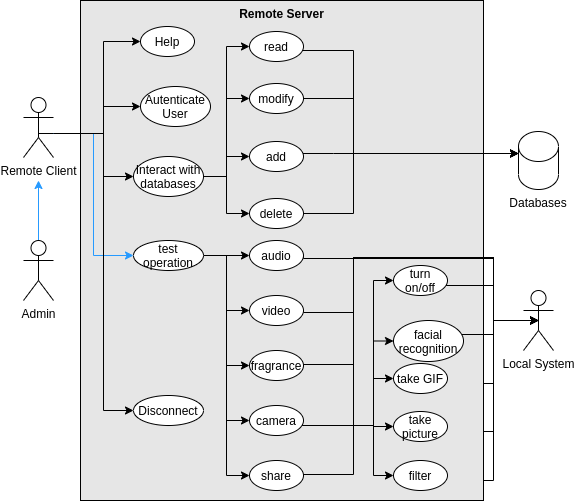
ElectroQuanta/MDO keeps this draw.io diagram as Proj/report/img/use-cases-rs.png. Above is the earlier version. Source tidied: cells renumbered, new cells last; positions are measured from the earlier drawing's top-left corner, leaving out a move shared by most shapes.
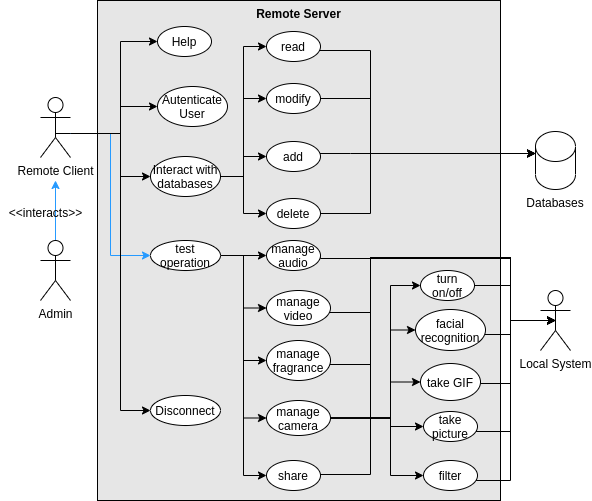
After the change.

Change to the diagram source:
```diff
@@ -2,33 +2,33 @@
   <root>
     <mxCell id="0" />
     <mxCell id="1" parent="0" />
-    <mxCell id="2" style="edgeStyle=orthogonalEdgeStyle;rounded=0;jettySize=auto;html=1;fontSize=12;strokeColor=#000000;entryX=0.5;entryY=0.5;entryDx=0;entryDy=0;entryPerimeter=0;" parent="1" edge="1" source="56" target="50">
-      <mxGeometry relative="1" as="geometry">
-        <Array as="points">
-          <mxPoint x="470" y="480" />
-          <mxPoint x="470" y="320" />
-        </Array>
-      </mxGeometry>
+    <mxCell id="2" value="&lt;b&gt;Remote Server&lt;/b&gt;" style="rounded=0;whiteSpace=wrap;html=1;fillColor=#E6E6E6;verticalAlign=top;labelBackgroundColor=none;labelBorderColor=none;" parent="1" vertex="1">
+      <mxGeometry x="57" width="403" height="500" as="geometry" />
     </mxCell>
-    <mxCell id="3" style="edgeStyle=orthogonalEdgeStyle;rounded=0;jettySize=auto;html=1;fontSize=12;strokeColor=#000000;entryX=0.5;entryY=0.5;entryDx=0;entryDy=0;entryPerimeter=0;" parent="1" edge="1" source="57" target="50">
+    <mxCell id="3" style="edgeStyle=orthogonalEdgeStyle;rounded=0;jettySize=auto;html=1;fontSize=12;strokeColor=#000000;entryX=0.5;entryY=0.5;entryDx=0;entryDy=0;entryPerimeter=0;" parent="1" edge="1" source="57" target="51">
       <mxGeometry relative="1" as="geometry">
         <Array as="points">
-          <mxPoint x="470" y="431" />
+          <mxPoint x="470" y="480" />
           <mxPoint x="470" y="320" />
         </Array>
       </mxGeometry>
     </mxCell>
-    <mxCell id="4" style="edgeStyle=orthogonalEdgeStyle;rounded=0;jettySize=auto;html=1;fontSize=12;strokeColor=#000000;entryX=0.5;entryY=0.5;entryDx=0;entryDy=0;entryPerimeter=0;" parent="1" edge="1" source="58" target="50">
+    <mxCell id="4" style="edgeStyle=orthogonalEdgeStyle;rounded=0;jettySize=auto;html=1;fontSize=12;strokeColor=#000000;entryX=0.5;entryY=0.5;entryDx=0;entryDy=0;entryPerimeter=0;" parent="1" edge="1" source="58" target="51">
       <mxGeometry relative="1" as="geometry">
         <Array as="points">
-          <mxPoint x="470" y="383" />
+          <mxPoint x="470" y="431" />
           <mxPoint x="470" y="320" />
-          <mxPoint x="515" y="320" />
         </Array>
       </mxGeometry>
     </mxCell>
-    <mxCell id="5" value="&lt;b&gt;Remote Server&lt;/b&gt;" style="rounded=0;whiteSpace=wrap;html=1;fillColor=#E6E6E6;verticalAlign=top;labelBackgroundColor=none;labelBorderColor=none;" parent="1" vertex="1">
-      <mxGeometry x="57" width="403" height="500" as="geometry" />
+    <mxCell id="5" style="edgeStyle=orthogonalEdgeStyle;rounded=0;jettySize=auto;html=1;fontSize=12;strokeColor=#000000;entryX=0.5;entryY=0.5;entryDx=0;entryDy=0;entryPerimeter=0;" parent="1" edge="1" source="59" target="51">
+      <mxGeometry relative="1" as="geometry">
+        <Array as="points">
+          <mxPoint x="470" y="383" />
+          <mxPoint x="470" y="320" />
+          <mxPoint x="515" y="320" />
+        </Array>
+      </mxGeometry>
     </mxCell>
     <mxCell id="6" style="edgeStyle=orthogonalEdgeStyle;rounded=0;jettySize=auto;html=1;entryX=0;entryY=0;entryDx=0;entryDy=22;entryPerimeter=0;fontSize=12;" parent="1" edge="1" source="7" target="34">
       <mxGeometry relative="1" as="geometry">
@@ -56,7 +56,7 @@
     <mxCell id="12" style="edgeStyle=orthogonalEdgeStyle;rounded=0;jettySize=auto;html=1;entryX=0;entryY=0.5;entryDx=0;entryDy=0;fontSize=12;" parent="1" edge="1" source="14" target="40">
       <mxGeometry relative="1" as="geometry" />
     </mxCell>
-    <mxCell id="13" style="edgeStyle=orthogonalEdgeStyle;rounded=0;jettySize=auto;html=1;entryX=0;entryY=0.5;entryDx=0;entryDy=0;fontSize=12;strokeColor=#000000;" parent="1" edge="1" source="14" target="49">
+    <mxCell id="13" style="edgeStyle=orthogonalEdgeStyle;rounded=0;jettySize=auto;html=1;entryX=0;entryY=0.5;entryDx=0;entryDy=0;fontSize=12;strokeColor=#000000;" parent="1" edge="1" source="14" target="50">
       <mxGeometry relative="1" as="geometry" />
     </mxCell>
     <mxCell id="14" value="test operation" style="ellipse;whiteSpace=wrap;html=1;fillColor=default;verticalAlign=middle;" parent="1" vertex="1">
@@ -163,51 +163,50 @@
     <mxCell id="34" value="&lt;br&gt;&lt;br&gt;Databases" style="shape=cylinder3;whiteSpace=wrap;html=1;boundedLbl=1;backgroundOutline=1;size=15;fontSize=12;verticalAlign=top;" parent="1" vertex="1">
       <mxGeometry x="495" y="131" width="40" height="58" as="geometry" />
     </mxCell>
-    <mxCell id="35" style="edgeStyle=orthogonalEdgeStyle;rounded=0;jettySize=auto;html=1;entryX=0;entryY=0.5;entryDx=0;entryDy=0;fontSize=12;strokeColor=#000000;" parent="1" edge="1" source="40" target="53">
+    <mxCell id="35" style="edgeStyle=orthogonalEdgeStyle;rounded=0;jettySize=auto;html=1;entryX=0;entryY=0.5;entryDx=0;entryDy=0;fontSize=12;strokeColor=#000000;" parent="1" edge="1" source="40" target="54">
       <mxGeometry relative="1" as="geometry">
         <Array as="points">
-          <mxPoint x="350" y="425" />
-          <mxPoint x="350" y="280" />
+          <mxPoint x="350" y="418" />
+          <mxPoint x="350" y="285" />
         </Array>
       </mxGeometry>
     </mxCell>
-    <mxCell id="36" style="edgeStyle=orthogonalEdgeStyle;rounded=0;jettySize=auto;html=1;entryX=0;entryY=0.5;entryDx=0;entryDy=0;fontSize=12;strokeColor=#000000;" parent="1" edge="1" source="40" target="55">
+    <mxCell id="36" style="edgeStyle=orthogonalEdgeStyle;rounded=0;jettySize=auto;html=1;entryX=0;entryY=0.5;entryDx=0;entryDy=0;fontSize=12;strokeColor=#000000;" parent="1" edge="1" source="40" target="56">
       <mxGeometry relative="1" as="geometry">
         <Array as="points">
-          <mxPoint x="350" y="425" />
-          <mxPoint x="350" y="341" />
-          <mxPoint x="370" y="341" />
+          <mxPoint x="350" y="418" />
+          <mxPoint x="350" y="330" />
         </Array>
       </mxGeometry>
     </mxCell>
-    <mxCell id="37" style="edgeStyle=orthogonalEdgeStyle;rounded=0;jettySize=auto;html=1;entryX=0;entryY=0.5;entryDx=0;entryDy=0;fontSize=12;strokeColor=#000000;" parent="1" edge="1" source="40" target="58">
+    <mxCell id="37" style="edgeStyle=orthogonalEdgeStyle;rounded=0;jettySize=auto;html=1;entryX=0;entryY=0.5;entryDx=0;entryDy=0;fontSize=12;strokeColor=#000000;" parent="1" edge="1" source="40" target="59">
       <mxGeometry relative="1" as="geometry">
         <Array as="points">
-          <mxPoint x="350" y="425" />
-          <mxPoint x="350" y="378" />
+          <mxPoint x="350" y="418" />
+          <mxPoint x="350" y="382" />
         </Array>
       </mxGeometry>
     </mxCell>
-    <mxCell id="38" style="edgeStyle=orthogonalEdgeStyle;rounded=0;jettySize=auto;html=1;entryX=0;entryY=0.5;entryDx=0;entryDy=0;fontSize=12;strokeColor=#000000;" parent="1" edge="1" source="40" target="57">
+    <mxCell id="38" style="edgeStyle=orthogonalEdgeStyle;rounded=0;jettySize=auto;html=1;entryX=0;entryY=0.5;entryDx=0;entryDy=0;fontSize=12;strokeColor=#000000;" parent="1" edge="1" source="40" target="58">
       <mxGeometry relative="1" as="geometry">
         <Array as="points">
-          <mxPoint x="350" y="425" />
-          <mxPoint x="370" y="426" />
+          <mxPoint x="350" y="418" />
+          <mxPoint x="350" y="426" />
         </Array>
       </mxGeometry>
     </mxCell>
-    <mxCell id="39" style="edgeStyle=orthogonalEdgeStyle;rounded=0;jettySize=auto;html=1;entryX=0;entryY=0.5;entryDx=0;entryDy=0;fontSize=12;strokeColor=#000000;" parent="1" edge="1" source="40" target="56">
+    <mxCell id="39" style="edgeStyle=orthogonalEdgeStyle;rounded=0;jettySize=auto;html=1;entryX=0;entryY=0.5;entryDx=0;entryDy=0;fontSize=12;strokeColor=#000000;" parent="1" edge="1" source="40" target="57">
       <mxGeometry relative="1" as="geometry">
         <Array as="points">
-          <mxPoint x="350" y="425" />
+          <mxPoint x="350" y="418" />
           <mxPoint x="350" y="475" />
         </Array>
       </mxGeometry>
     </mxCell>
-    <mxCell id="40" value="camera" style="ellipse;whiteSpace=wrap;html=1;fillColor=default;verticalAlign=middle;" parent="1" vertex="1">
-      <mxGeometry x="226" y="405" width="54" height="30" as="geometry" />
+    <mxCell id="40" value="manage camera" style="ellipse;whiteSpace=wrap;html=1;fillColor=default;verticalAlign=middle;" parent="1" vertex="1">
+      <mxGeometry x="226" y="400" width="64" height="35" as="geometry" />
     </mxCell>
-    <mxCell id="41" style="edgeStyle=orthogonalEdgeStyle;rounded=0;jettySize=auto;html=1;fontSize=12;exitX=1;exitY=0.5;exitDx=0;exitDy=0;entryX=0.5;entryY=0.5;entryDx=0;entryDy=0;entryPerimeter=0;" parent="1" edge="1" source="42" target="50">
+    <mxCell id="41" style="edgeStyle=orthogonalEdgeStyle;rounded=0;jettySize=auto;html=1;fontSize=12;exitX=1;exitY=0.5;exitDx=0;exitDy=0;entryX=0.5;entryY=0.5;entryDx=0;entryDy=0;entryPerimeter=0;" parent="1" edge="1" source="42" target="51">
       <mxGeometry relative="1" as="geometry">
         <Array as="points">
           <mxPoint x="280" y="364" />
@@ -218,10 +217,10 @@
         </Array>
       </mxGeometry>
     </mxCell>
-    <mxCell id="42" value="fragrance" style="ellipse;whiteSpace=wrap;html=1;fillColor=default;verticalAlign=middle;" parent="1" vertex="1">
-      <mxGeometry x="226" y="350" width="54" height="30" as="geometry" />
+    <mxCell id="42" value="manage fragrance" style="ellipse;whiteSpace=wrap;html=1;fillColor=default;verticalAlign=middle;" parent="1" vertex="1">
+      <mxGeometry x="226" y="340" width="64" height="40" as="geometry" />
     </mxCell>
-    <mxCell id="43" style="edgeStyle=orthogonalEdgeStyle;rounded=0;jettySize=auto;html=1;fontSize=12;exitX=1;exitY=0.5;exitDx=0;exitDy=0;entryX=0.5;entryY=0.5;entryDx=0;entryDy=0;entryPerimeter=0;" parent="1" edge="1" source="44" target="50">
+    <mxCell id="43" style="edgeStyle=orthogonalEdgeStyle;rounded=0;jettySize=auto;html=1;fontSize=12;exitX=1;exitY=0.5;exitDx=0;exitDy=0;entryX=0.5;entryY=0.5;entryDx=0;entryDy=0;entryPerimeter=0;" parent="1" edge="1" source="44" target="51">
       <mxGeometry relative="1" as="geometry">
         <Array as="points">
           <mxPoint x="280" y="258" />
@@ -230,10 +229,10 @@
         </Array>
       </mxGeometry>
     </mxCell>
-    <mxCell id="44" value="audio" style="ellipse;whiteSpace=wrap;html=1;fillColor=default;verticalAlign=middle;" parent="1" vertex="1">
+    <mxCell id="44" value="manage audio" style="ellipse;whiteSpace=wrap;html=1;fillColor=default;verticalAlign=middle;" parent="1" vertex="1">
       <mxGeometry x="226" y="240" width="54" height="30" as="geometry" />
     </mxCell>
-    <mxCell id="45" style="edgeStyle=orthogonalEdgeStyle;rounded=0;jettySize=auto;html=1;fontSize=12;exitX=1;exitY=0.5;exitDx=0;exitDy=0;entryX=0.5;entryY=0.5;entryDx=0;entryDy=0;entryPerimeter=0;" parent="1" edge="1" source="46" target="50">
+    <mxCell id="45" style="edgeStyle=orthogonalEdgeStyle;rounded=0;jettySize=auto;html=1;fontSize=12;exitX=1;exitY=0.5;exitDx=0;exitDy=0;entryX=0.5;entryY=0.5;entryDx=0;entryDy=0;entryPerimeter=0;" parent="1" edge="1" source="46" target="51">
       <mxGeometry relative="1" as="geometry">
         <Array as="points">
           <mxPoint x="280" y="312" />
@@ -244,8 +243,8 @@
         </Array>
       </mxGeometry>
     </mxCell>
-    <mxCell id="46" value="video" style="ellipse;whiteSpace=wrap;html=1;fillColor=default;verticalAlign=middle;" parent="1" vertex="1">
-      <mxGeometry x="226" y="295" width="54" height="30" as="geometry" />
+    <mxCell id="46" value="manage video" style="ellipse;whiteSpace=wrap;html=1;fillColor=default;verticalAlign=middle;" parent="1" vertex="1">
+      <mxGeometry x="226" y="290" width="64" height="35" as="geometry" />
     </mxCell>
     <mxCell id="47" style="edgeStyle=orthogonalEdgeStyle;rounded=0;jettySize=auto;html=1;fontSize=12;strokeColor=#269AFF;" parent="1" edge="1" source="48">
       <mxGeometry relative="1" as="geometry">
@@ -255,53 +254,56 @@
     <mxCell id="48" value="Admin" style="shape=umlActor;verticalLabelPosition=bottom;verticalAlign=top;html=1;outlineConnect=0;fillColor=none;" parent="1" vertex="1">
       <mxGeometry y="240" width="30" height="60" as="geometry" />
     </mxCell>
-    <mxCell id="49" value="share" style="ellipse;whiteSpace=wrap;html=1;fillColor=default;verticalAlign=middle;" parent="1" vertex="1">
-      <mxGeometry x="226" y="460" width="54" height="30" as="geometry" />
+    <mxCell id="49" value="&amp;lt;&amp;lt;interacts&amp;gt;&amp;gt;" style="text;html=1;align=center;verticalAlign=middle;points=[];strokeColor=none;fillColor=none;fontSize=12;" parent="1" vertex="1">
+      <mxGeometry x="-40" y="202" width="90" height="20" as="geometry" />
     </mxCell>
-    <mxCell id="50" value="Local System" style="shape=umlActor;verticalLabelPosition=bottom;verticalAlign=top;html=1;outlineConnect=0;fillColor=none;" parent="1" vertex="1">
-      <mxGeometry x="500" y="290" width="30" height="60" as="geometry" />
+    <mxCell id="50" value="share" style="ellipse;whiteSpace=wrap;html=1;fillColor=default;verticalAlign=middle;" parent="1" vertex="1">
+      <mxGeometry x="226" y="460" width="54" height="30" as="geometry" />
     </mxCell>
-    <mxCell id="51" style="edgeStyle=orthogonalEdgeStyle;rounded=0;jettySize=auto;html=1;fontSize=12;strokeColor=#000000;endArrow=none;entryX=0.5;entryY=0.5;entryDx=0;entryDy=0;entryPerimeter=0;exitX=1;exitY=0.5;exitDx=0;exitDy=0;" parent="1" edge="1" source="49" target="50">
-      <mxGeometry relative="1" as="geometry">
-        <Array as="points">
-          <mxPoint x="280" y="474" />
-          <mxPoint x="330" y="474" />
-          <mxPoint x="330" y="257" />
-          <mxPoint x="470" y="257" />
-          <mxPoint x="470" y="320" />
-        </Array>
-      </mxGeometry>
+    <mxCell id="51" value="Local System" style="shape=umlActor;verticalLabelPosition=bottom;verticalAlign=top;html=1;outlineConnect=0;fillColor=none;" parent="1" vertex="1">
+      <mxGeometry x="500" y="290" width="30" height="60" as="geometry" />
     </mxCell>
-    <mxCell id="52" style="edgeStyle=orthogonalEdgeStyle;rounded=0;jettySize=auto;html=1;fontSize=12;strokeColor=#000000;entryX=0.5;entryY=0.5;entryDx=0;entryDy=0;entryPerimeter=0;" parent="1" edge="1" source="53" target="50">
+    <mxCell id="52" style="edgeStyle=orthogonalEdgeStyle;rounded=0;jettySize=auto;html=1;fontSize=12;strokeColor=#000000;endArrow=none;entryX=0.5;entryY=0.5;entryDx=0;entryDy=0;entryPerimeter=0;exitX=1;exitY=0.5;exitDx=0;exitDy=0;" parent="1" edge="1" source="50" target="51">
       <mxGeometry relative="1" as="geometry">
         <Array as="points">
-          <mxPoint x="470" y="285" />
+          <mxPoint x="280" y="474" />
+          <mxPoint x="330" y="474" />
+          <mxPoint x="330" y="257" />
+          <mxPoint x="470" y="257" />
           <mxPoint x="470" y="320" />
         </Array>
       </mxGeometry>
     </mxCell>
-    <mxCell id="53" value="turn on/off" style="ellipse;whiteSpace=wrap;html=1;fillColor=default;verticalAlign=middle;" parent="1" vertex="1">
-      <mxGeometry x="370" y="265" width="54" height="30" as="geometry" />
+    <mxCell id="53" style="edgeStyle=orthogonalEdgeStyle;rounded=0;jettySize=auto;html=1;fontSize=12;strokeColor=#000000;entryX=0.5;entryY=0.5;entryDx=0;entryDy=0;entryPerimeter=0;" parent="1" edge="1" source="54" target="51">
+      <mxGeometry relative="1" as="geometry">
+        <Array as="points">
+          <mxPoint x="470" y="285" />
+          <mxPoint x="470" y="320" />
+        </Array>
+      </mxGeometry>
     </mxCell>
-    <mxCell id="54" style="edgeStyle=orthogonalEdgeStyle;rounded=0;jettySize=auto;html=1;fontSize=12;strokeColor=#000000;entryX=0.5;entryY=0.5;entryDx=0;entryDy=0;entryPerimeter=0;" parent="1" edge="1" source="55" target="50">
-      <mxGeometry relative="1" as="geometry">
-        <Array as="points">
-          <mxPoint x="470" y="334" />
-          <mxPoint x="470" y="320" />
-        </Array>
-      </mxGeometry>
+    <mxCell id="54" value="turn on/off" style="ellipse;whiteSpace=wrap;html=1;fillColor=default;verticalAlign=middle;" parent="1" vertex="1">
+      <mxGeometry x="380" y="270" width="54" height="30" as="geometry" />
     </mxCell>
-    <mxCell id="55" value="facial recognition" style="ellipse;whiteSpace=wrap;html=1;fillColor=default;verticalAlign=middle;" parent="1" vertex="1">
-      <mxGeometry x="370" y="320" width="70" height="41" as="geometry" />
+    <mxCell id="55" style="edgeStyle=orthogonalEdgeStyle;rounded=0;jettySize=auto;html=1;fontSize=12;strokeColor=#000000;entryX=0.5;entryY=0.5;entryDx=0;entryDy=0;entryPerimeter=0;" parent="1" edge="1" source="56" target="51">
+      <mxGeometry relative="1" as="geometry">
+        <Array as="points">
+          <mxPoint x="470" y="334" />
+          <mxPoint x="470" y="320" />
+        </Array>
+      </mxGeometry>
     </mxCell>
-    <mxCell id="56" value="filter" style="ellipse;whiteSpace=wrap;html=1;fillColor=default;verticalAlign=middle;" parent="1" vertex="1">
-      <mxGeometry x="370" y="460" width="54" height="30" as="geometry" />
+    <mxCell id="56" value="facial recognition" style="ellipse;whiteSpace=wrap;html=1;fillColor=default;verticalAlign=middle;" parent="1" vertex="1">
+      <mxGeometry x="375" y="309" width="70" height="41" as="geometry" />
     </mxCell>
-    <mxCell id="57" value="take picture" style="ellipse;whiteSpace=wrap;html=1;fillColor=default;verticalAlign=middle;" parent="1" vertex="1">
-      <mxGeometry x="370" y="411" width="54" height="30" as="geometry" />
+    <mxCell id="57" value="filter" style="ellipse;whiteSpace=wrap;html=1;fillColor=default;verticalAlign=middle;" parent="1" vertex="1">
+      <mxGeometry x="383" y="460" width="54" height="30" as="geometry" />
     </mxCell>
-    <mxCell id="58" value="take GIF" style="ellipse;whiteSpace=wrap;html=1;fillColor=default;verticalAlign=middle;" parent="1" vertex="1">
-      <mxGeometry x="370" y="363" width="54" height="30" as="geometry" />
+    <mxCell id="58" value="take picture" style="ellipse;whiteSpace=wrap;html=1;fillColor=default;verticalAlign=middle;" parent="1" vertex="1">
+      <mxGeometry x="383" y="411" width="54" height="30" as="geometry" />
     </mxCell>
+    <mxCell id="59" value="take GIF" style="ellipse;whiteSpace=wrap;html=1;fillColor=default;verticalAlign=middle;" parent="1" vertex="1">
+      <mxGeometry x="380" y="363" width="60" height="37" as="geometry" />
+    </mxCell>
   </root>
 </mxGraphModel>
```
